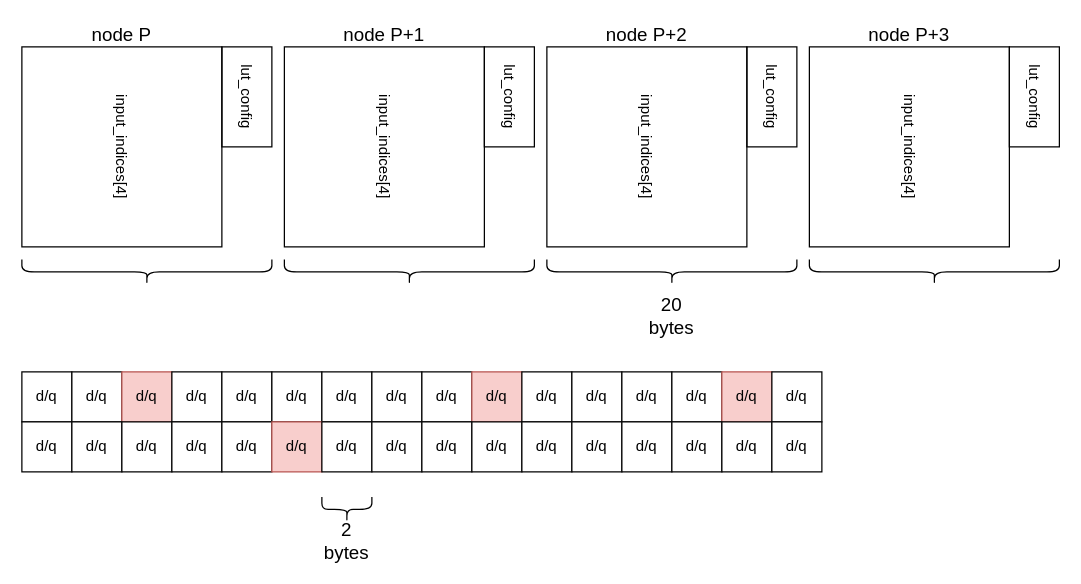
The draw.io diagram page "smart_graph_node_allocation" (13 of 14) of assets/cuda_sim/graph_diagram.drawio in tomverbeure/tomverbeure.github.io, before the edit. Source tidied: cells renumbered, new cells numbered last; positions are measured from the earlier drawing's top-left corner, leaving out a move shared by most shapes. Both pictures are drawn from the tidied source at 125%, with x=0, y=0 at pixel (21, 21).
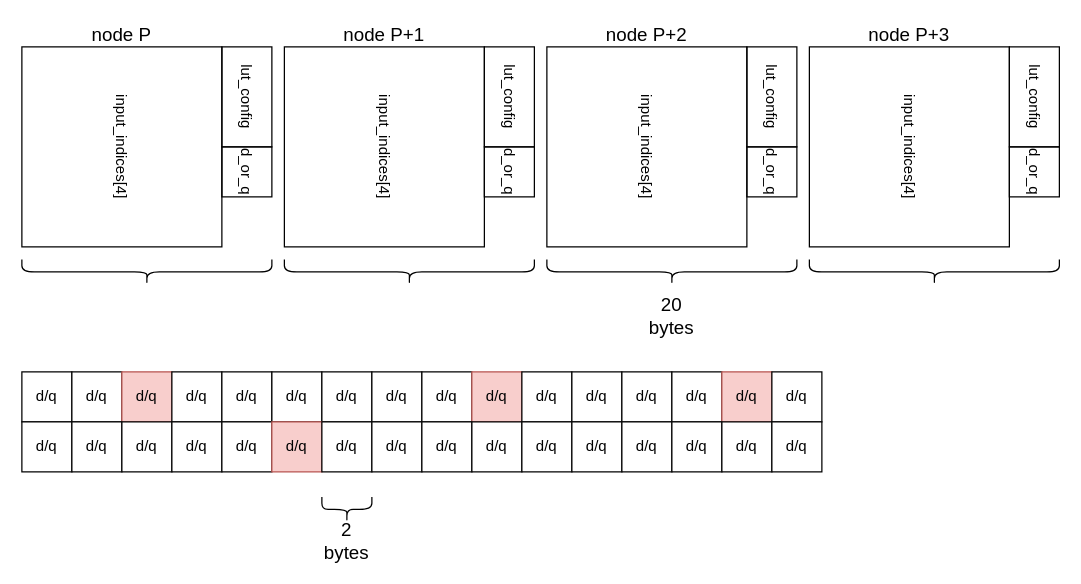
The same page after the edit.

What changed in the source:
```diff
@@
+    <mxCell id="53" value="d_or_q" style="rounded=0;whiteSpace=wrap;html=1;fillColor=none;rotation=90;" parent="1" vertex="1">
+      <mxGeometry x="160" y="100" width="40" height="40" as="geometry" />
+    </mxCell>
+    <mxCell id="54" value="d_or_q" style="rounded=0;whiteSpace=wrap;html=1;fillColor=none;rotation=90;" parent="1" vertex="1">
+      <mxGeometry x="370" y="100" width="40" height="40" as="geometry" />
+    </mxCell>
+    <mxCell id="55" value="d_or_q" style="rounded=0;whiteSpace=wrap;html=1;fillColor=none;rotation=90;" parent="1" vertex="1">
+      <mxGeometry x="580" y="100" width="40" height="40" as="geometry" />
+    </mxCell>
+    <mxCell id="56" value="d_or_q" style="rounded=0;whiteSpace=wrap;html=1;fillColor=none;rotation=90;" parent="1" vertex="1">
+      <mxGeometry x="790" y="100" width="40" height="40" as="geometry" />
+    </mxCell>
```
